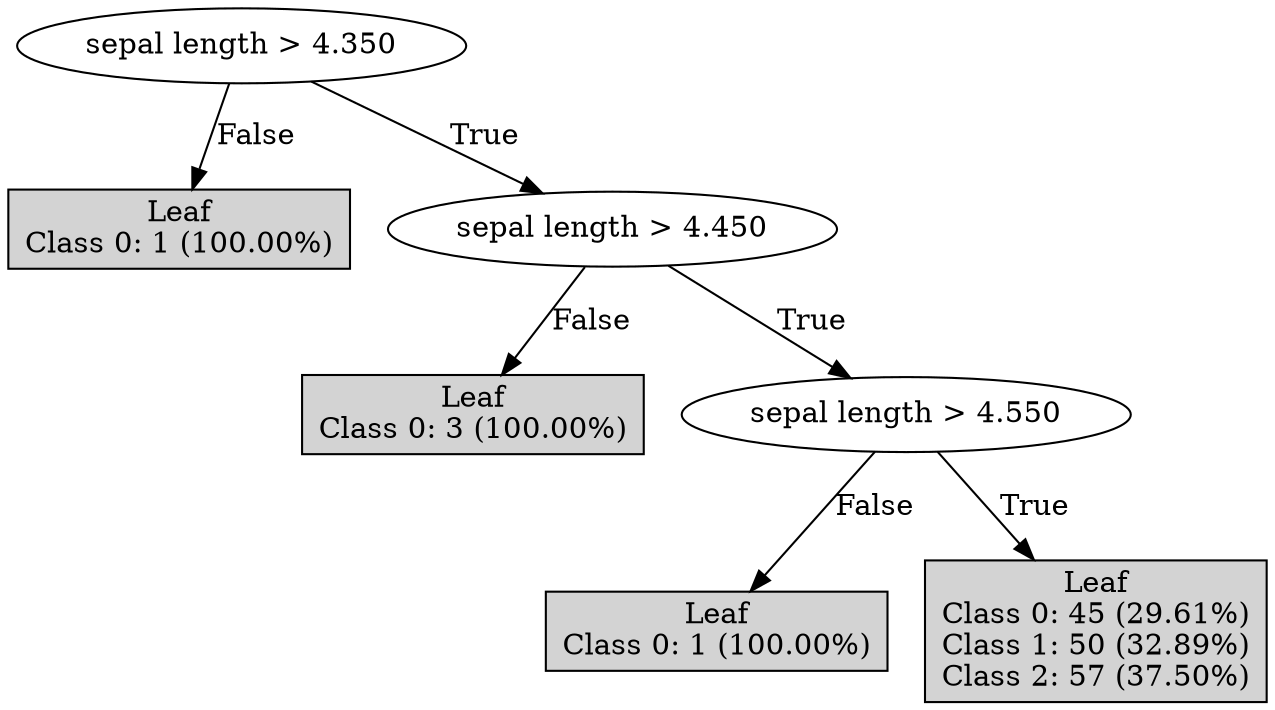
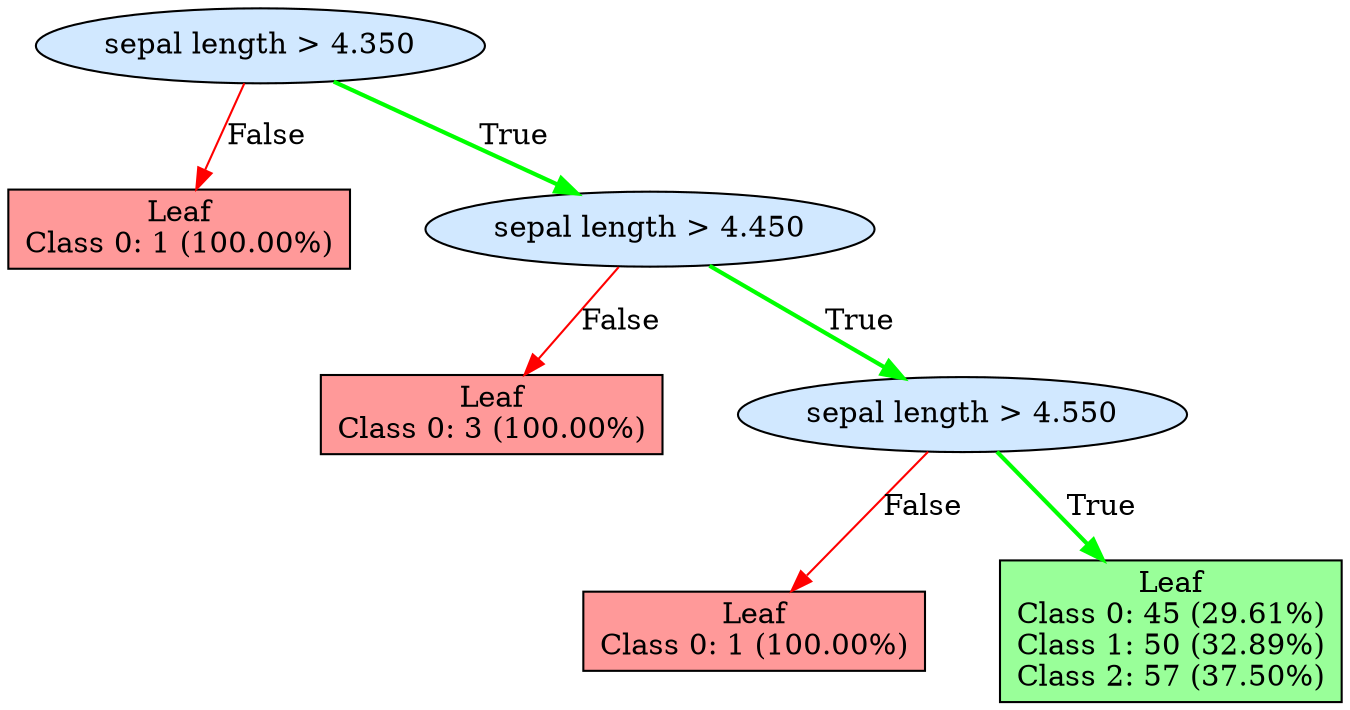
digraph DecisionTree {
- node [shape=ellipse, style=filled, fillcolor=white];
- node0 [label="sepal length > 4.350"];
- node1 [label="Leaf\nClass 0: 1 (100.00%)\n", shape=box, style=filled, fillcolor=lightgray];
- node0 -> node1 [label="False"];
- node2 [label="sepal length > 4.450"];
- node3 [label="Leaf\nClass 0: 3 (100.00%)\n", shape=box, style=filled, fillcolor=lightgray];
- node2 -> node3 [label="False"];
- node4 [label="sepal length > 4.550"];
- node5 [label="Leaf\nClass 0: 1 (100.00%)\n", shape=box, style=filled, fillcolor=lightgray];
- node4 -> node5 [label="False"];
- node6 [label="Leaf\nClass 0: 45 (29.61%)\nClass 1: 50 (32.89%)\nClass 2: 57 (37.50%)\n", shape=box, style=filled, fillcolor=lightgray];
- node4 -> node6 [label="True"];
- node2 -> node4 [label="True"];
- node0 -> node2 [label="True"];
+     graph [rankdir=TB, nodesep=0.5, ranksep=0.5, fontname="Arial"];
+     node0 [label="sepal length > 4.350", shape=ellipse, style=filled, fillcolor="#D1E8FF"];
+     node1 [label="Leaf\nClass 0: 1 (100.00%)\n", shape=box, style=filled, fillcolor="#FF9999"];
+     node0 -> node1 [label="False", color="red"];
+     node2 [label="sepal length > 4.450", shape=ellipse, style=filled, fillcolor="#D1E8FF"];
+     node3 [label="Leaf\nClass 0: 3 (100.00%)\n", shape=box, style=filled, fillcolor="#FF9999"];
+     node2 -> node3 [label="False", color="red"];
+     node4 [label="sepal length > 4.550", shape=ellipse, style=filled, fillcolor="#D1E8FF"];
+     node5 [label="Leaf\nClass 0: 1 (100.00%)\n", shape=box, style=filled, fillcolor="#FF9999"];
+     node4 -> node5 [label="False", color="red"];
+     node6 [label="Leaf\nClass 0: 45 (29.61%)\nClass 1: 50 (32.89%)\nClass 2: 57 (37.50%)\n", shape=box, style=filled, fillcolor="#99FF99"];
+     node4 -> node6 [label="True", color="green", penwidth=2];
+     node2 -> node4 [label="True", color="green", penwidth=2];
+     node0 -> node2 [label="True", color="green", penwidth=2];
}
